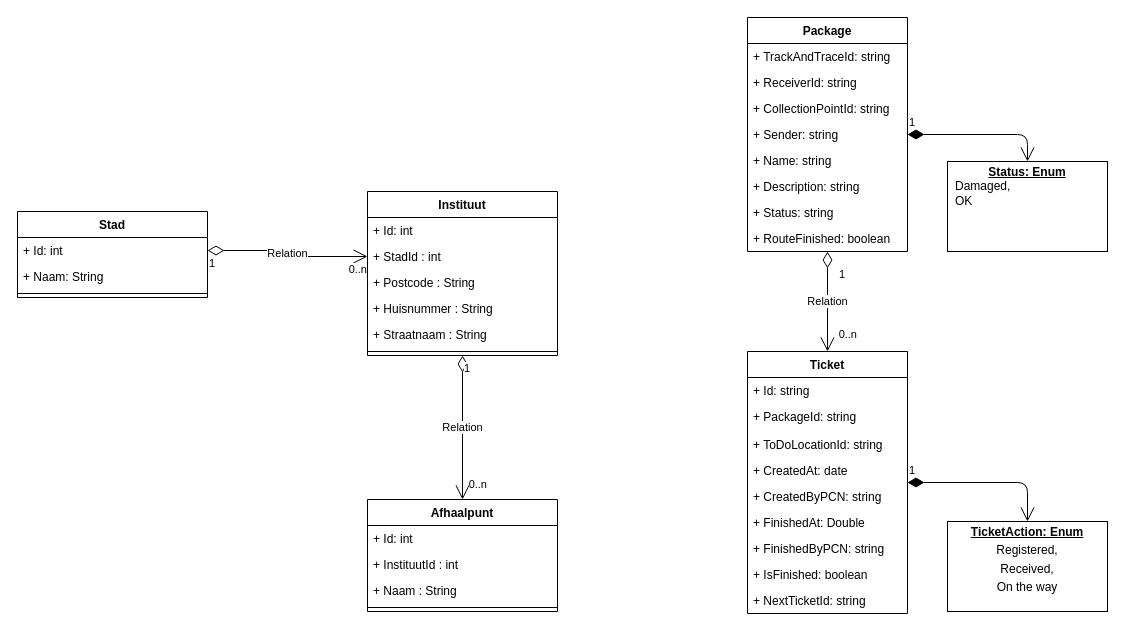
Above: IPost.drawio in FIPost/docs (draw.io), before the change. Source tidied: cells renumbered, new cells numbered last; positions are measured from the earlier drawing's top-left corner, leaving out a move shared by most shapes. Both pictures are drawn from the tidied source at 100%, with x=0, y=0 at pixel (17, 17).
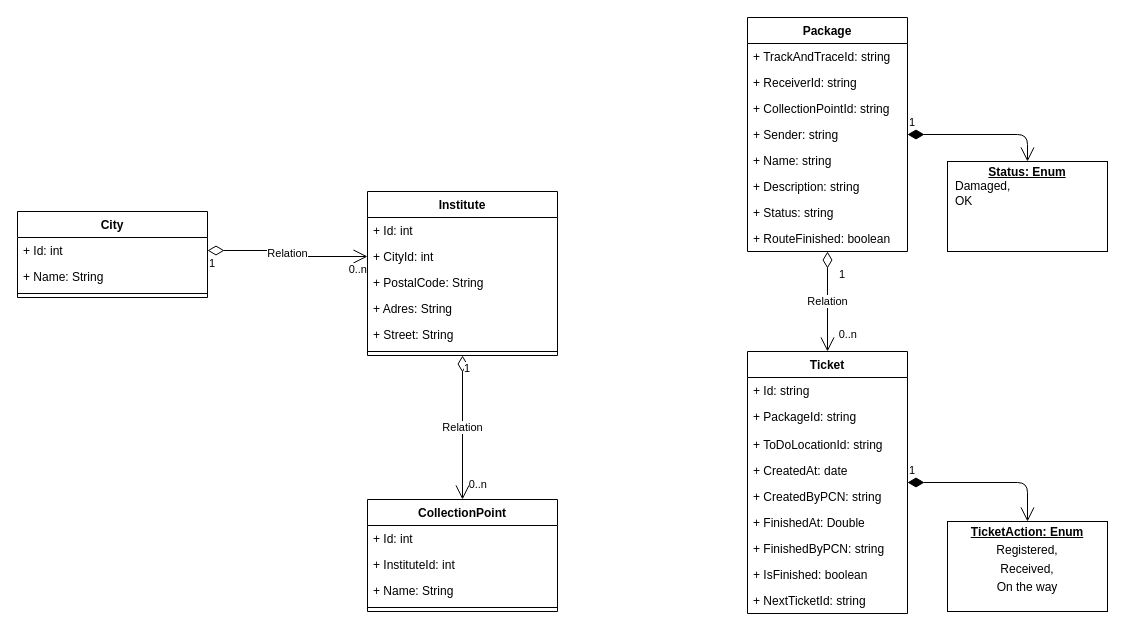
The same diagram, later.

Diff of the diagram source:
```diff
@@
-    <mxCell id="28" value="Stad" style="swimlane;fontStyle=1;align=center;verticalAlign=top;horizontal=1;startSize=26;" parent="1" vertex="1">
+    <mxCell id="28" value="City" style="swimlane;fontStyle=1;align=center;verticalAlign=top;horizontal=1;startSize=26;" parent="1" vertex="1">
       <mxGeometry y="194" width="190" height="86" as="geometry" />
     </mxCell>
@@
-    <mxCell id="30" value="+ Naam: String" style="text;strokeColor=none;fillColor=none;align=left;verticalAlign=top;spacingLeft=4;spacingRight=4;overflow=hidden;" parent="28" vertex="1">
+    <mxCell id="30" value="+ Name: String" style="text;strokeColor=none;fillColor=none;align=left;verticalAlign=top;spacingLeft=4;spacingRight=4;overflow=hidden;" parent="28" vertex="1">
       <mxGeometry y="52" width="190" height="26" as="geometry" />
     </mxCell>
@@
-    <mxCell id="32" value="Instituut" style="swimlane;fontStyle=1;align=center;verticalAlign=top;horizontal=1;startSize=26;" parent="1" vertex="1">
+    <mxCell id="32" value="Institute" style="swimlane;fontStyle=1;align=center;verticalAlign=top;horizontal=1;startSize=26;" parent="1" vertex="1">
       <mxGeometry x="350" y="174" width="190" height="164" as="geometry" />
     </mxCell>
@@
-    <mxCell id="34" value="+ StadId : int" style="text;strokeColor=none;fillColor=none;align=left;verticalAlign=top;spacingLeft=4;spacingRight=4;overflow=hidden;points=[[0,0.5],[1,0.5]];portConstraint=eastwest;" parent="32" vertex="1">
+    <mxCell id="34" value="+ CityId: int" style="text;strokeColor=none;fillColor=none;align=left;verticalAlign=top;spacingLeft=4;spacingRight=4;overflow=hidden;points=[[0,0.5],[1,0.5]];portConstraint=eastwest;" parent="32" vertex="1">
       <mxGeometry y="52" width="190" height="26" as="geometry" />
     </mxCell>
-    <mxCell id="35" value="+ Postcode : String" style="text;strokeColor=none;fillColor=none;align=left;verticalAlign=top;spacingLeft=4;spacingRight=4;overflow=hidden;" parent="32" vertex="1">
+    <mxCell id="35" value="+ PostalCode: String" style="text;strokeColor=none;fillColor=none;align=left;verticalAlign=top;spacingLeft=4;spacingRight=4;overflow=hidden;" parent="32" vertex="1">
       <mxGeometry y="78" width="190" height="26" as="geometry" />
     </mxCell>
-    <mxCell id="36" value="+ Huisnummer : String" style="text;strokeColor=none;fillColor=none;align=left;verticalAlign=top;spacingLeft=4;spacingRight=4;overflow=hidden;" parent="32" vertex="1">
+    <mxCell id="36" value="+ Adres: String" style="text;strokeColor=none;fillColor=none;align=left;verticalAlign=top;spacingLeft=4;spacingRight=4;overflow=hidden;" parent="32" vertex="1">
       <mxGeometry y="104" width="190" height="26" as="geometry" />
     </mxCell>
-    <mxCell id="37" value="+ Straatnaam : String" style="text;strokeColor=none;fillColor=none;align=left;verticalAlign=top;spacingLeft=4;spacingRight=4;overflow=hidden;" parent="32" vertex="1">
+    <mxCell id="37" value="+ Street: String" style="text;strokeColor=none;fillColor=none;align=left;verticalAlign=top;spacingLeft=4;spacingRight=4;overflow=hidden;" parent="32" vertex="1">
       <mxGeometry y="130" width="190" height="26" as="geometry" />
     </mxCell>
@@
-    <mxCell id="39" value="Afhaalpunt" style="swimlane;fontStyle=1;align=center;verticalAlign=top;horizontal=1;startSize=26;" parent="1" vertex="1">
+    <mxCell id="39" value="CollectionPoint" style="swimlane;fontStyle=1;align=center;verticalAlign=top;horizontal=1;startSize=26;" parent="1" vertex="1">
       <mxGeometry x="350" y="482" width="190" height="112" as="geometry" />
     </mxCell>
@@
-    <mxCell id="41" value="+ InstituutId : int" style="text;strokeColor=none;fillColor=none;align=left;verticalAlign=top;spacingLeft=4;spacingRight=4;overflow=hidden;" parent="39" vertex="1">
+    <mxCell id="41" value="+ InstituteId: int" style="text;strokeColor=none;fillColor=none;align=left;verticalAlign=top;spacingLeft=4;spacingRight=4;overflow=hidden;" parent="39" vertex="1">
       <mxGeometry y="52" width="190" height="26" as="geometry" />
     </mxCell>
-    <mxCell id="42" value="+ Naam : String" style="text;strokeColor=none;fillColor=none;align=left;verticalAlign=top;spacingLeft=4;spacingRight=4;overflow=hidden;" parent="39" vertex="1">
+    <mxCell id="42" value="+ Name: String" style="text;strokeColor=none;fillColor=none;align=left;verticalAlign=top;spacingLeft=4;spacingRight=4;overflow=hidden;" parent="39" vertex="1">
       <mxGeometry y="78" width="190" height="26" as="geometry" />
     </mxCell>
```
